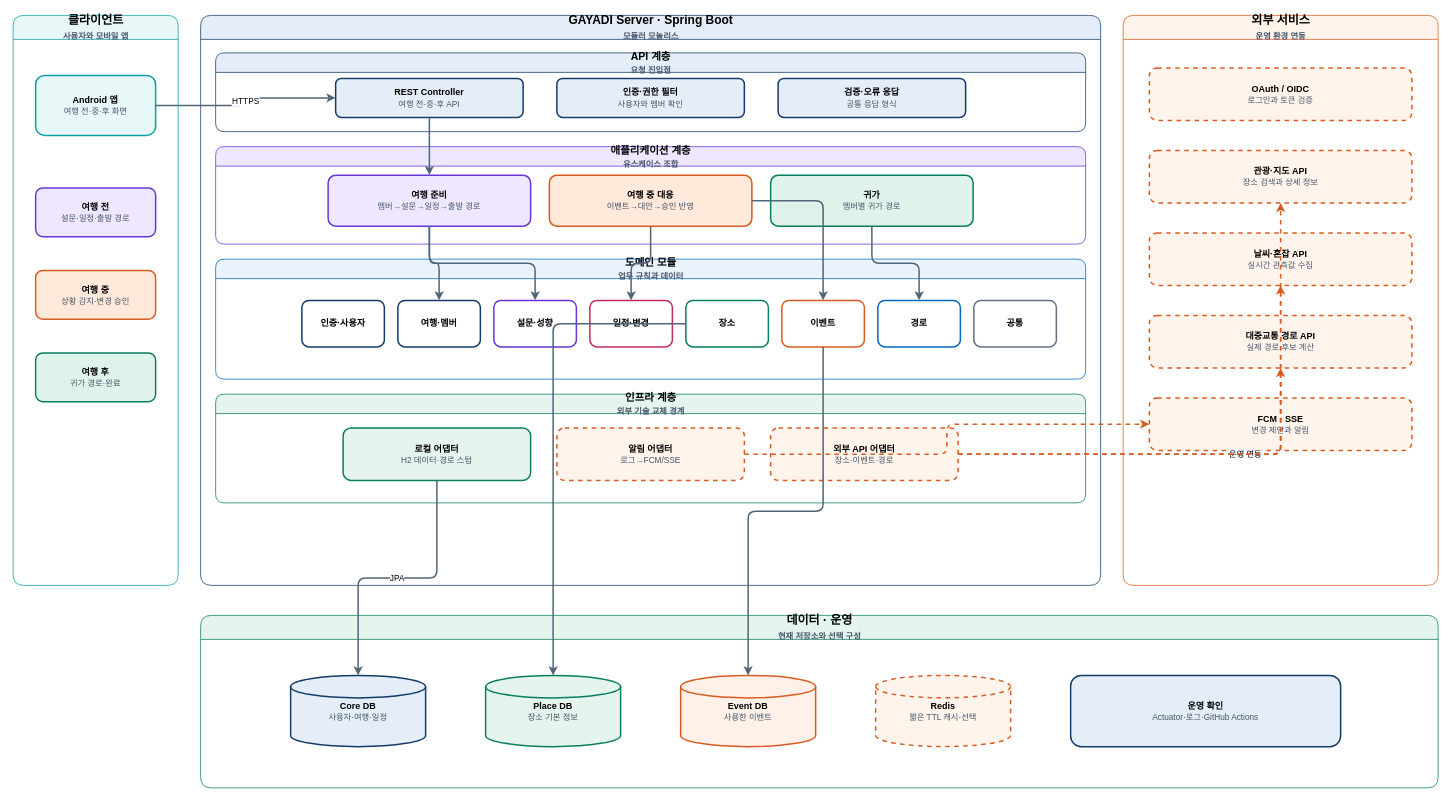
Earlier version of the draw.io diagram docs/presentation/gayadi-service-architecture.drawio (TEAM-DOONOW/Gayadi-Server). Source tidied: cells renumbered, new cells numbered last; positions are measured from the earlier drawing's top-left corner, leaving out a move shared by most shapes. Both pictures are drawn from the tidied source at 75%, with x=0, y=0 at pixel (13, 15).
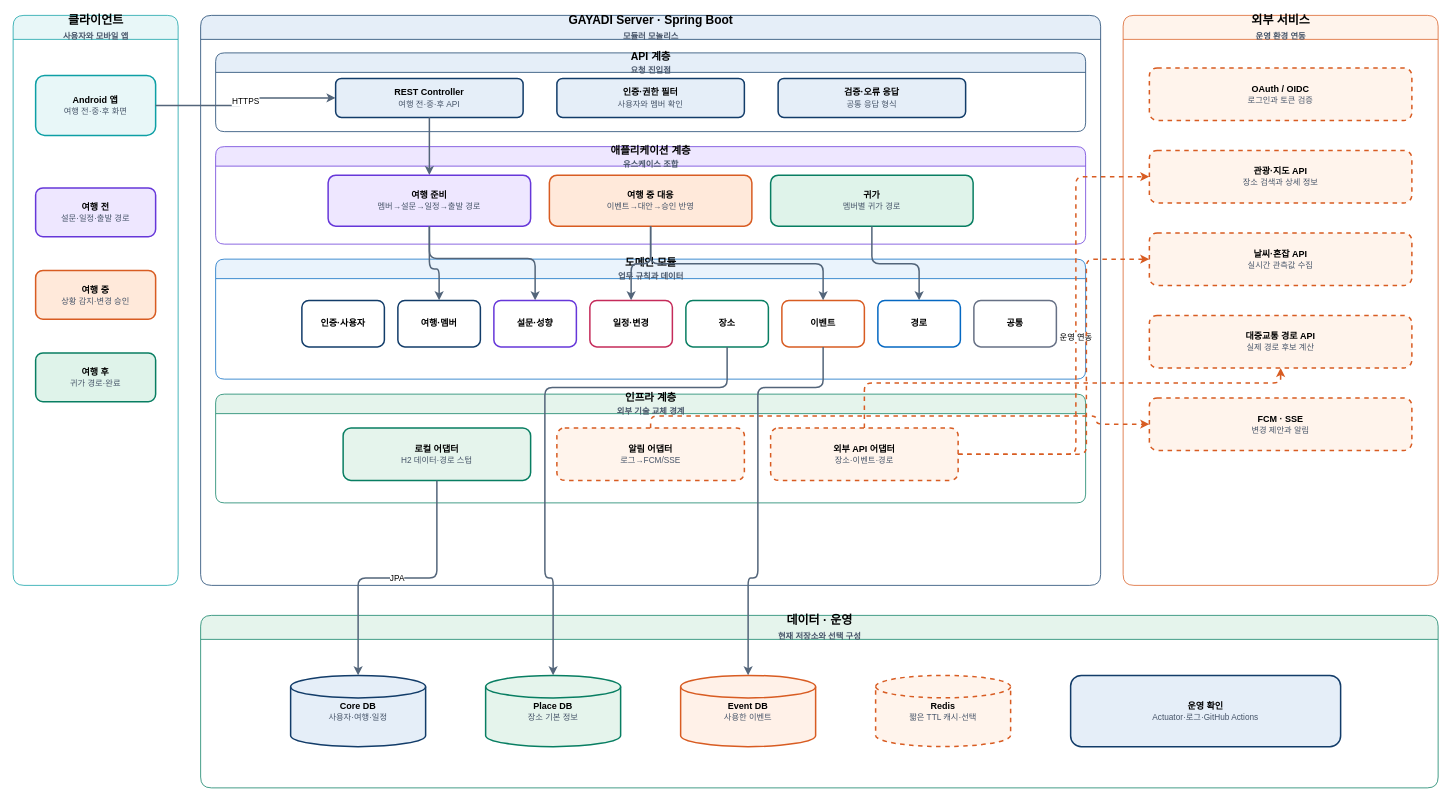
The same diagram, later.

Commit message (it also covers changes not shown here):
수정: 실제 draw.io 편집 결과로 아키텍처 교체

The change refers to these unchanged cells:
```xml
<mxCell id="3" value="&lt;b&gt;Android 앱&lt;/b&gt;&lt;br&gt;&lt;font color=&quot;#475569&quot; style=&quot;font-size:11px&quot;&gt;여행 전·중·후 화면&lt;/font&gt;" style="rounded=1;whiteSpace=wrap;html=1;strokeWidth=2;fillColor=#E8F7F8;strokeColor=#0D9FA5;" parent="2" vertex="1">
  <mxGeometry x="30" y="80" width="160" height="80" as="geometry" />
</mxCell>
<mxCell id="9" value="&lt;b&gt;REST Controller&lt;/b&gt;&lt;br&gt;&lt;font color=&quot;#475569&quot; style=&quot;font-size:11px&quot;&gt;여행 전·중·후 API&lt;/font&gt;" style="rounded=1;whiteSpace=wrap;html=1;strokeWidth=2;fillColor=#E5EEF8;strokeColor=#123C69;" parent="8" vertex="1">
  <mxGeometry x="160" y="34" width="250" height="52" as="geometry" />
</mxCell>
<mxCell id="13" value="&lt;b&gt;여행 준비&lt;/b&gt;&lt;br&gt;&lt;font color=&quot;#475569&quot; style=&quot;font-size:11px&quot;&gt;멤버→설문→일정→출발 경로&lt;/font&gt;" style="rounded=1;whiteSpace=wrap;html=1;strokeWidth=2;fillColor=#EEE7FF;strokeColor=#6637D9;" parent="12" vertex="1">
  <mxGeometry x="150" y="38" width="270" height="68" as="geometry" />
</mxCell>
<mxCell id="14" value="&lt;b&gt;여행 중 대응&lt;/b&gt;&lt;br&gt;&lt;font color=&quot;#475569&quot; style=&quot;font-size:11px&quot;&gt;이벤트→대안→승인 반영&lt;/font&gt;" style="rounded=1;whiteSpace=wrap;html=1;strokeWidth=2;fillColor=#FFE9DA;strokeColor=#D85C22;" parent="12" vertex="1">
  <mxGeometry x="445" y="38" width="270" height="68" as="geometry" />
</mxCell>
<mxCell id="15" value="&lt;b&gt;귀가&lt;/b&gt;&lt;br&gt;&lt;font color=&quot;#475569&quot; style=&quot;font-size:11px&quot;&gt;멤버별 귀가 경로&lt;/font&gt;" style="rounded=1;whiteSpace=wrap;html=1;strokeWidth=2;fillColor=#DFF3EA;strokeColor=#087E62;" parent="12" vertex="1">
  <mxGeometry x="740" y="38" width="270" height="68" as="geometry" />
</mxCell>
<mxCell id="18" value="&lt;b&gt;여행·멤버&lt;/b&gt;" style="rounded=1;whiteSpace=wrap;html=1;strokeWidth=2;fillColor=#FFFFFF;strokeColor=#123C69;fontSize=12;" parent="16" vertex="1">
  <mxGeometry x="243" y="55" width="110" height="62" as="geometry" />
</mxCell>
<mxCell id="19" value="&lt;b&gt;설문·성향&lt;/b&gt;" style="rounded=1;whiteSpace=wrap;html=1;strokeWidth=2;fillColor=#FFFFFF;strokeColor=#6637D9;fontSize=12;" parent="16" vertex="1">
  <mxGeometry x="371" y="55" width="110" height="62" as="geometry" />
</mxCell>
<mxCell id="20" value="&lt;b&gt;일정·변경&lt;/b&gt;" style="rounded=1;whiteSpace=wrap;html=1;strokeWidth=2;fillColor=#FFFFFF;strokeColor=#C52B5A;fontSize=12;" parent="16" vertex="1">
  <mxGeometry x="499" y="55" width="110" height="62" as="geometry" />
</mxCell>
<mxCell id="21" value="&lt;b&gt;장소&lt;/b&gt;" style="rounded=1;whiteSpace=wrap;html=1;strokeWidth=2;fillColor=#FFFFFF;strokeColor=#087E62;fontSize=12;" parent="16" vertex="1">
  <mxGeometry x="627" y="55" width="110" height="62" as="geometry" />
</mxCell>
<mxCell id="22" value="&lt;b&gt;이벤트&lt;/b&gt;" style="rounded=1;whiteSpace=wrap;html=1;strokeWidth=2;fillColor=#FFFFFF;strokeColor=#D85C22;fontSize=12;" parent="16" vertex="1">
  <mxGeometry x="755" y="55" width="110" height="62" as="geometry" />
</mxCell>
<mxCell id="23" value="&lt;b&gt;경로&lt;/b&gt;" style="rounded=1;whiteSpace=wrap;html=1;strokeWidth=2;fillColor=#FFFFFF;strokeColor=#0568C2;fontSize=12;" parent="16" vertex="1">
  <mxGeometry x="883" y="55" width="110" height="62" as="geometry" />
</mxCell>
<mxCell id="26" value="&lt;b&gt;로컬 어댑터&lt;/b&gt;&lt;br&gt;&lt;font color=&quot;#475569&quot; style=&quot;font-size:11px&quot;&gt;H2 데이터·경로 스텁&lt;/font&gt;" style="rounded=1;whiteSpace=wrap;html=1;strokeWidth=2;fillColor=#E5F4EC;strokeColor=#087E62;" parent="25" vertex="1">
  <mxGeometry x="170" y="45" width="250" height="70" as="geometry" />
</mxCell>
<mxCell id="27" value="&lt;b&gt;알림 어댑터&lt;/b&gt;&lt;br&gt;&lt;font color=&quot;#475569&quot; style=&quot;font-size:11px&quot;&gt;로그→FCM/SSE&lt;/font&gt;" style="rounded=1;whiteSpace=wrap;html=1;strokeWidth=2;dashed=1;fillColor=#FFF4EC;strokeColor=#D85C22;" parent="25" vertex="1">
  <mxGeometry x="455" y="45" width="250" height="70" as="geometry" />
</mxCell>
<mxCell id="28" value="&lt;b&gt;외부 API 어댑터&lt;/b&gt;&lt;br&gt;&lt;font color=&quot;#475569&quot; style=&quot;font-size:11px&quot;&gt;장소·이벤트·경로&lt;/font&gt;" style="rounded=1;whiteSpace=wrap;html=1;strokeWidth=2;dashed=1;fillColor=#FFF4EC;strokeColor=#D85C22;" parent="25" vertex="1">
  <mxGeometry x="740" y="45" width="250" height="70" as="geometry" />
</mxCell>
<mxCell id="31" value="&lt;b&gt;관광·지도 API&lt;/b&gt;&lt;br&gt;&lt;font color=&quot;#475569&quot; style=&quot;font-size:11px&quot;&gt;장소 검색과 상세 정보&lt;/font&gt;" style="rounded=1;whiteSpace=wrap;html=1;strokeWidth=2;dashed=1;fillColor=#FFF4EC;strokeColor=#D85C22;" parent="29" vertex="1">
  <mxGeometry x="35" y="180" width="350" height="70" as="geometry" />
</mxCell>
<mxCell id="32" value="&lt;b&gt;날씨·혼잡 API&lt;/b&gt;&lt;br&gt;&lt;font color=&quot;#475569&quot; style=&quot;font-size:11px&quot;&gt;실시간 관측값 수집&lt;/font&gt;" style="rounded=1;whiteSpace=wrap;html=1;strokeWidth=2;dashed=1;fillColor=#FFF4EC;strokeColor=#D85C22;" parent="29" vertex="1">
  <mxGeometry x="35" y="290" width="350" height="70" as="geometry" />
</mxCell>
<mxCell id="33" value="&lt;b&gt;대중교통 경로 API&lt;/b&gt;&lt;br&gt;&lt;font color=&quot;#475569&quot; style=&quot;font-size:11px&quot;&gt;실제 경로 후보 계산&lt;/font&gt;" style="rounded=1;whiteSpace=wrap;html=1;strokeWidth=2;dashed=1;fillColor=#FFF4EC;strokeColor=#D85C22;" parent="29" vertex="1">
  <mxGeometry x="35" y="400" width="350" height="70" as="geometry" />
</mxCell>
<mxCell id="34" value="&lt;b&gt;FCM · SSE&lt;/b&gt;&lt;br&gt;&lt;font color=&quot;#475569&quot; style=&quot;font-size:11px&quot;&gt;변경 제안과 알림&lt;/font&gt;" style="rounded=1;whiteSpace=wrap;html=1;strokeWidth=2;dashed=1;fillColor=#FFF4EC;strokeColor=#D85C22;" parent="29" vertex="1">
  <mxGeometry x="35" y="510" width="350" height="70" as="geometry" />
</mxCell>
<mxCell id="36" value="&lt;b&gt;Core DB&lt;/b&gt;&lt;br&gt;&lt;font color=&quot;#475569&quot; style=&quot;font-size:11px&quot;&gt;사용자·여행·일정&lt;/font&gt;" style="shape=cylinder3;whiteSpace=wrap;html=1;strokeWidth=2;fillColor=#E5EEF8;strokeColor=#123C69;" parent="35" vertex="1">
  <mxGeometry x="120" y="80" width="180" height="95" as="geometry" />
</mxCell>
<mxCell id="37" value="&lt;b&gt;Place DB&lt;/b&gt;&lt;br&gt;&lt;font color=&quot;#475569&quot; style=&quot;font-size:11px&quot;&gt;장소 기본 정보&lt;/font&gt;" style="shape=cylinder3;whiteSpace=wrap;html=1;strokeWidth=2;fillColor=#E5F4EC;strokeColor=#087E62;" parent="35" vertex="1">
  <mxGeometry x="380" y="80" width="180" height="95" as="geometry" />
</mxCell>
<mxCell id="38" value="&lt;b&gt;Event DB&lt;/b&gt;&lt;br&gt;&lt;font color=&quot;#475569&quot; style=&quot;font-size:11px&quot;&gt;사용한 이벤트&lt;/font&gt;" style="shape=cylinder3;whiteSpace=wrap;html=1;strokeWidth=2;fillColor=#FFF1E8;strokeColor=#D85C22;" parent="35" vertex="1">
  <mxGeometry x="640" y="80" width="180" height="95" as="geometry" />
</mxCell>
```

Diff of the diagram source:
```diff
@@
-    <mxCell id="41" value="HTTPS" style="edgeStyle=orthogonalEdgeStyle;rounded=1;html=1;strokeWidth=2;endArrow=classic;strokeColor=#53657A;" parent="1" edge="1" source="3" target="9">
-      <mxGeometry relative="1" as="geometry" />
+    <mxCell id="41" value="HTTPS" style="edgeStyle=orthogonalEdgeStyle;rounded=1;html=1;strokeWidth=2;endArrow=classic;strokeColor=#53657A;curved=0;" parent="1" edge="1" source="3" target="9">
+      <mxGeometry relative="1" as="geometry">
+        <Array as="points">
+          <mxPoint x="310" y="120" />
+          <mxPoint x="310" y="110" />
+        </Array>
+      </mxGeometry>
     </mxCell>
-    <mxCell id="42" style="edgeStyle=orthogonalEdgeStyle;rounded=1;html=1;strokeWidth=2;endArrow=classic;strokeColor=#53657A;" parent="1" edge="1" source="9" target="13">
+    <mxCell id="42" style="edgeStyle=orthogonalEdgeStyle;rounded=1;html=1;strokeWidth=2;endArrow=classic;strokeColor=#53657A;curved=0;" parent="1" edge="1" source="9" target="13">
       <mxGeometry relative="1" as="geometry" />
     </mxCell>
-    <mxCell id="43" style="edgeStyle=orthogonalEdgeStyle;rounded=1;html=1;strokeWidth=2;endArrow=classic;strokeColor=#53657A;" parent="1" edge="1" source="13" target="18">
-      <mxGeometry relative="1" as="geometry" />
+    <mxCell id="43" style="edgeStyle=orthogonalEdgeStyle;rounded=1;html=1;strokeWidth=2;endArrow=classic;strokeColor=#53657A;curved=0;" parent="1" edge="1" source="13" target="18">
+      <mxGeometry relative="1" as="geometry">
+        <Array as="points">
+          <mxPoint x="555" y="338" />
+          <mxPoint x="568" y="338" />
+        </Array>
+      </mxGeometry>
     </mxCell>
-    <mxCell id="44" style="edgeStyle=orthogonalEdgeStyle;rounded=1;html=1;strokeWidth=2;endArrow=classic;strokeColor=#53657A;" parent="1" edge="1" source="13" target="19">
-      <mxGeometry relative="1" as="geometry" />
+    <mxCell id="44" style="edgeStyle=orthogonalEdgeStyle;rounded=1;html=1;strokeWidth=2;endArrow=classic;strokeColor=#53657A;curved=0;" parent="1" edge="1" source="13" target="19">
+      <mxGeometry relative="1" as="geometry">
+        <Array as="points">
+          <mxPoint x="555" y="324" />
+          <mxPoint x="696" y="324" />
+        </Array>
+      </mxGeometry>
     </mxCell>
-    <mxCell id="45" style="edgeStyle=orthogonalEdgeStyle;rounded=1;html=1;strokeWidth=2;endArrow=classic;strokeColor=#53657A;" parent="1" edge="1" source="14" target="22">
-      <mxGeometry relative="1" as="geometry" />
+    <mxCell id="45" style="edgeStyle=orthogonalEdgeStyle;rounded=1;html=1;strokeWidth=2;endArrow=classic;strokeColor=#53657A;curved=0;" parent="1" edge="1" source="14" target="22">
+      <mxGeometry relative="1" as="geometry">
+        <Array as="points">
+          <mxPoint x="850" y="331" />
+          <mxPoint x="1080" y="331" />
+        </Array>
+      </mxGeometry>
     </mxCell>
-    <mxCell id="46" style="edgeStyle=orthogonalEdgeStyle;rounded=1;html=1;strokeWidth=2;endArrow=classic;strokeColor=#53657A;" parent="1" edge="1" source="14" target="20">
-      <mxGeometry relative="1" as="geometry" />
+    <mxCell id="46" style="edgeStyle=orthogonalEdgeStyle;rounded=1;html=1;strokeWidth=2;endArrow=classic;strokeColor=#53657A;curved=0;" parent="1" edge="1" source="14" target="20">
+      <mxGeometry relative="1" as="geometry">
+        <Array as="points">
+          <mxPoint x="850" y="331" />
+          <mxPoint x="824" y="331" />
+        </Array>
+      </mxGeometry>
     </mxCell>
-    <mxCell id="47" style="edgeStyle=orthogonalEdgeStyle;rounded=1;html=1;strokeWidth=2;endArrow=classic;strokeColor=#53657A;" parent="1" edge="1" source="15" target="23">
-      <mxGeometry relative="1" as="geometry" />
+    <mxCell id="47" style="edgeStyle=orthogonalEdgeStyle;rounded=1;html=1;strokeWidth=2;endArrow=classic;strokeColor=#53657A;curved=0;" parent="1" edge="1" source="15" target="23">
+      <mxGeometry relative="1" as="geometry">
+        <Array as="points">
+          <mxPoint x="1145" y="331" />
+          <mxPoint x="1208" y="331" />
+        </Array>
+      </mxGeometry>
     </mxCell>
-    <mxCell id="48" value="운영 연동" style="edgeStyle=orthogonalEdgeStyle;rounded=1;html=1;strokeWidth=2;endArrow=classic;dashed=1;strokeColor=#D85C22;" parent="1" edge="1" source="28" target="31">
-      <mxGeometry relative="1" as="geometry" />
+    <mxCell id="48" value="운영 연동" style="edgeStyle=orthogonalEdgeStyle;rounded=1;html=1;strokeWidth=2;endArrow=classic;dashed=1;strokeColor=#D85C22;curved=0;" parent="1" edge="1" source="28" target="31">
+      <mxGeometry relative="1" as="geometry">
+        <Array as="points">
+          <mxPoint x="1417" y="585" />
+          <mxPoint x="1417" y="215" />
+        </Array>
+      </mxGeometry>
     </mxCell>
-    <mxCell id="49" style="edgeStyle=orthogonalEdgeStyle;rounded=1;html=1;strokeWidth=2;endArrow=classic;dashed=1;strokeColor=#D85C22;" parent="1" edge="1" source="28" target="32">
-      <mxGeometry relative="1" as="geometry" />
+    <mxCell id="49" style="edgeStyle=orthogonalEdgeStyle;rounded=1;html=1;strokeWidth=2;endArrow=classic;dashed=1;strokeColor=#D85C22;curved=0;" parent="1" edge="1" source="28" target="32">
+      <mxGeometry relative="1" as="geometry">
+        <Array as="points">
+          <mxPoint x="1431" y="585" />
+          <mxPoint x="1431" y="325" />
+        </Array>
+      </mxGeometry>
     </mxCell>
-    <mxCell id="50" style="edgeStyle=orthogonalEdgeStyle;rounded=1;html=1;strokeWidth=2;endArrow=classic;dashed=1;strokeColor=#D85C22;" parent="1" edge="1" source="28" target="33">
-      <mxGeometry relative="1" as="geometry" />
+    <mxCell id="50" style="edgeStyle=orthogonalEdgeStyle;rounded=1;html=1;strokeWidth=2;endArrow=classic;dashed=1;strokeColor=#D85C22;curved=0;" parent="1" edge="1" source="28" target="33">
+      <mxGeometry relative="1" as="geometry">
+        <Array as="points">
+          <mxPoint x="1135" y="490" />
+          <mxPoint x="1690" y="490" />
+        </Array>
+      </mxGeometry>
     </mxCell>
-    <mxCell id="51" style="edgeStyle=orthogonalEdgeStyle;rounded=1;html=1;strokeWidth=2;endArrow=classic;dashed=1;strokeColor=#D85C22;" parent="1" edge="1" source="27" target="34">
-      <mxGeometry relative="1" as="geometry" />
+    <mxCell id="51" style="edgeStyle=orthogonalEdgeStyle;rounded=1;html=1;strokeWidth=2;endArrow=classic;dashed=1;strokeColor=#D85C22;curved=0;" parent="1" edge="1" source="27" target="34">
+      <mxGeometry relative="1" as="geometry">
+        <Array as="points">
+          <mxPoint x="850" y="534" />
+          <mxPoint x="1445" y="534" />
+          <mxPoint x="1445" y="545" />
+        </Array>
+      </mxGeometry>
     </mxCell>
-    <mxCell id="52" value="JPA" style="edgeStyle=orthogonalEdgeStyle;rounded=1;html=1;strokeWidth=2;endArrow=classic;strokeColor=#53657A;" parent="1" edge="1" source="26" target="36">
-      <mxGeometry relative="1" as="geometry" />
+    <mxCell id="52" value="JPA" style="edgeStyle=orthogonalEdgeStyle;rounded=1;html=1;strokeWidth=2;endArrow=classic;strokeColor=#53657A;curved=0;" parent="1" edge="1" source="26" target="36">
+      <mxGeometry relative="1" as="geometry">
+        <Array as="points">
+          <mxPoint x="565" y="750" />
+          <mxPoint x="460" y="750" />
+        </Array>
+      </mxGeometry>
     </mxCell>
-    <mxCell id="53" style="edgeStyle=orthogonalEdgeStyle;rounded=1;html=1;strokeWidth=2;endArrow=classic;strokeColor=#53657A;" parent="1" edge="1" source="21" target="37">
-      <mxGeometry relative="1" as="geometry" />
+    <mxCell id="53" style="edgeStyle=orthogonalEdgeStyle;rounded=1;html=1;strokeWidth=2;endArrow=classic;strokeColor=#53657A;curved=0;" parent="1" edge="1" source="21" target="37">
+      <mxGeometry relative="1" as="geometry">
+        <Array as="points">
+          <mxPoint x="952" y="496" />
+          <mxPoint x="709" y="496" />
+          <mxPoint x="709" y="750" />
+          <mxPoint x="720" y="750" />
+        </Array>
+      </mxGeometry>
     </mxCell>
-    <mxCell id="54" style="edgeStyle=orthogonalEdgeStyle;rounded=1;html=1;strokeWidth=2;endArrow=classic;strokeColor=#53657A;" parent="1" edge="1" source="22" target="38">
-      <mxGeometry relative="1" as="geometry" />
+    <mxCell id="54" style="edgeStyle=orthogonalEdgeStyle;rounded=1;html=1;strokeWidth=2;endArrow=classic;strokeColor=#53657A;curved=0;" parent="1" edge="1" source="22" target="38">
+      <mxGeometry relative="1" as="geometry">
+        <Array as="points">
+          <mxPoint x="1080" y="496" />
+          <mxPoint x="993" y="496" />
+          <mxPoint x="993" y="750" />
+          <mxPoint x="980" y="750" />
+        </Array>
+      </mxGeometry>
     </mxCell>
```
